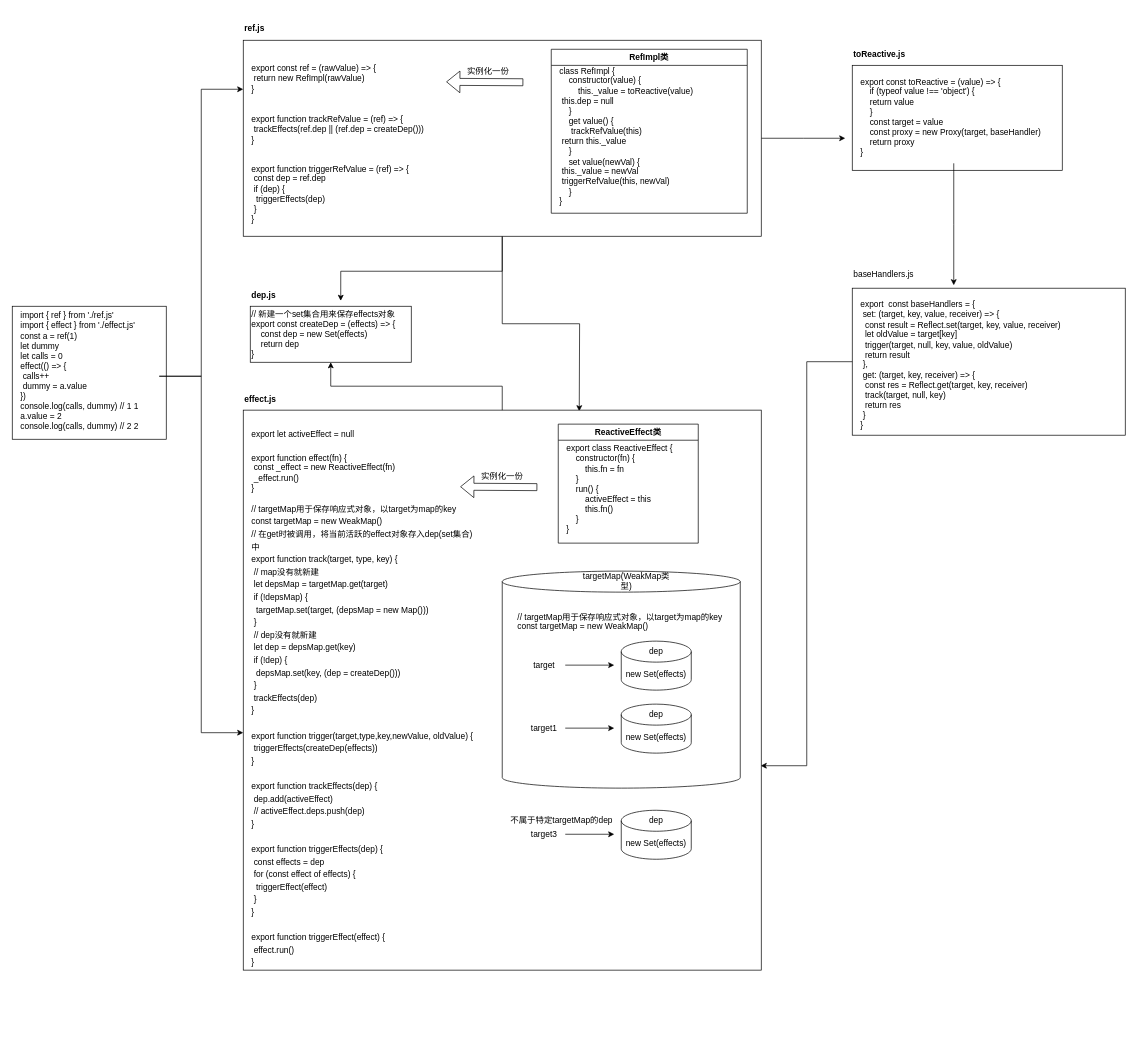
This is reactivity/Untitled Diagram.drawio from hu-ke/vue-sourcecode-analyze, a draw.io file, before an edit. Source tidied: cells renumbered, new cells numbered last; positions are measured from the earlier drawing's top-left corner, leaving out a move shared by most shapes. Both pictures are drawn from the tidied source at 70%, with x=0, y=0 at pixel (12, 12).
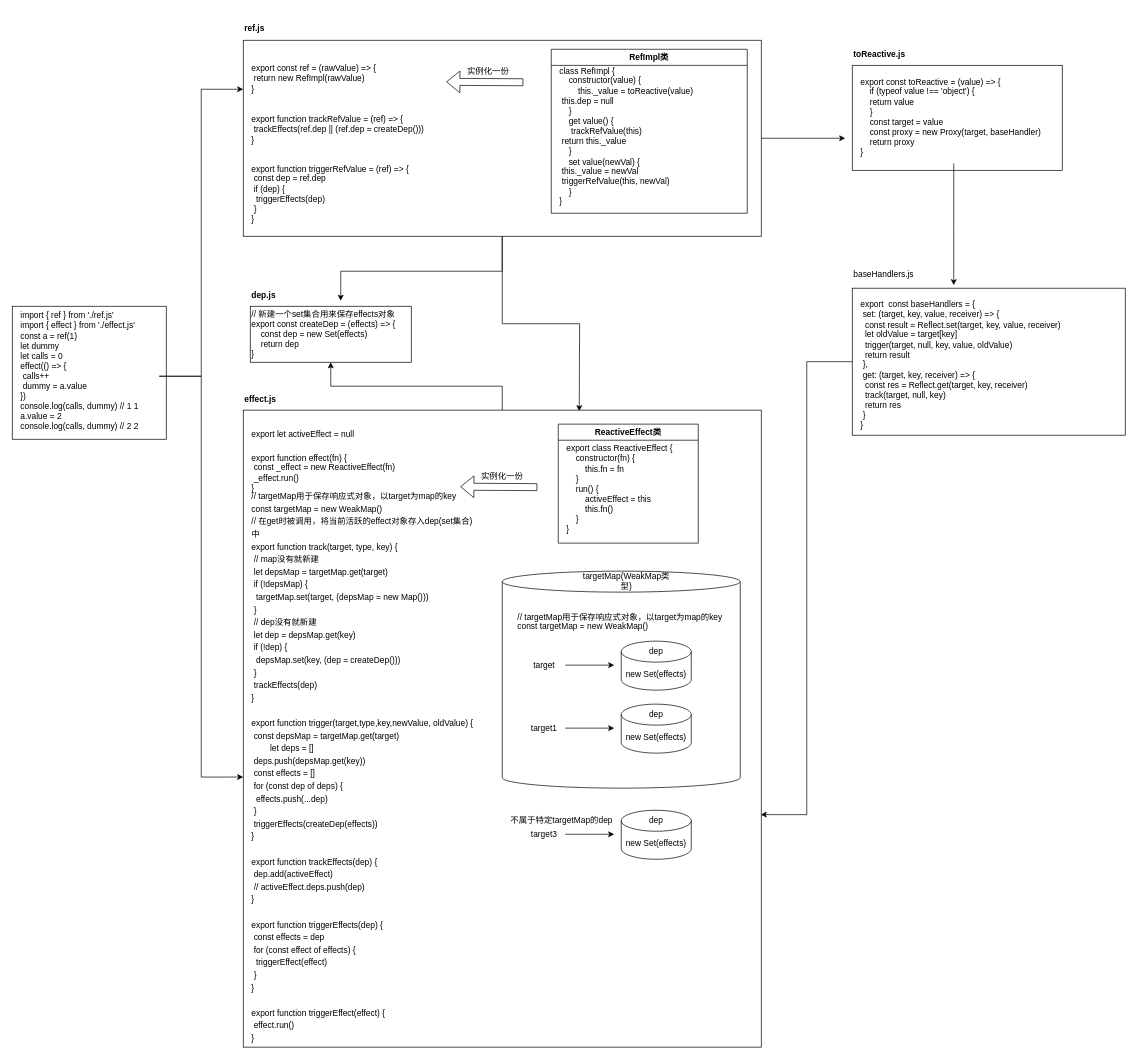
Above is the later version.

What changed in the source:
```diff
@@
-    <mxCell id="37" style="group;" parent="1" vertex="1">
-      <mxGeometry x="330" y="568.4" width="740" height="800" as="geometry" />
+    <mxCell id="37" style="group;rotation=90;" parent="1" vertex="1">
+      <mxGeometry x="330" y="568.4" width="740" height="910" as="geometry" />
     </mxCell>
     <mxCell id="38" style="rounded=0;whiteSpace=wrap;html=1;" parent="37" vertex="1">
-      <mxGeometry width="740" height="800" as="geometry" />
+      <mxGeometry width="740" height="910" as="geometry" />
     </mxCell>
     <mxCell id="39" style="group;" parent="37" vertex="1">
-      <mxGeometry x="10" y="20" width="700" height="770" as="geometry" />
+      <mxGeometry x="10" y="20" width="700" height="860" as="geometry" />
     </mxCell>
@@
     <mxCell id="42" style="group;" parent="39" vertex="1">
-      <mxGeometry width="320" height="770" as="geometry" />
+      <mxGeometry width="330" height="860" as="geometry" />
     </mxCell>
-    <mxCell id="43" value="&lt;div style=&quot;line-height: 18px;&quot;&gt;&lt;span style=&quot;background-color: rgb(255, 255, 255);&quot;&gt;// targetMap用于保存响应式对象，以target为map的key&lt;br&gt;&lt;/span&gt;&lt;div style=&quot;&quot;&gt;&lt;span style=&quot;background-color: rgb(255, 255, 255);&quot;&gt;const targetMap = new WeakMap()&lt;/span&gt;&lt;/div&gt;&lt;div style=&quot;&quot;&gt;&lt;span style=&quot;background-color: rgb(255, 255, 255);&quot;&gt;// 在get时被调用，将当前活跃的effect对象存入dep(set集合)中&lt;/span&gt;&lt;/div&gt;&lt;div style=&quot;&quot;&gt;&lt;span style=&quot;background-color: rgb(255, 255, 255);&quot;&gt;export function track(target, type, key) {&lt;/span&gt;&lt;/div&gt;&lt;div style=&quot;&quot;&gt;&lt;span style=&quot;background-color: rgb(255, 255, 255);&quot;&gt;&lt;span style=&quot;white-space: pre;&quot;&gt; &lt;/span&gt;// map没有就新建&lt;br&gt;&lt;/span&gt;&lt;/div&gt;&lt;div style=&quot;&quot;&gt;    &lt;span style=&quot;background-color: rgb(255, 255, 255);&quot;&gt;&lt;span style=&quot;white-space: pre;&quot;&gt; &lt;/span&gt;let depsMap = targetMap.get(target)&lt;/span&gt;&lt;/div&gt;&lt;div style=&quot;&quot;&gt;    &lt;span style=&quot;background-color: rgb(255, 255, 255);&quot;&gt;&lt;span style=&quot;white-space: pre;&quot;&gt; &lt;/span&gt;if (!depsMap) {&lt;/span&gt;&lt;/div&gt;&lt;div style=&quot;&quot;&gt;        &lt;span style=&quot;background-color: rgb(255, 255, 255);&quot;&gt;&lt;span style=&quot;white-space: pre;&quot;&gt; &lt;/span&gt;&lt;span style=&quot;white-space: pre;&quot;&gt; &lt;/span&gt;targetMap.set(target, (depsMap = new Map()))&lt;/span&gt;&lt;/div&gt;&lt;div style=&quot;&quot;&gt;&lt;span style=&quot;background-color: rgb(255, 255, 255);&quot;&gt;    &lt;span style=&quot;white-space: pre;&quot;&gt; &lt;/span&gt;}&lt;/span&gt;&lt;/div&gt;&lt;div style=&quot;&quot;&gt;&lt;span style=&quot;background-color: rgb(255, 255, 255);&quot;&gt;&lt;span style=&quot;white-space: pre;&quot;&gt; &lt;/span&gt;// dep没有就新建&lt;/span&gt;&lt;/div&gt;&lt;div style=&quot;&quot;&gt;    &lt;span style=&quot;background-color: rgb(255, 255, 255);&quot;&gt;&lt;span style=&quot;white-space: pre;&quot;&gt; &lt;/span&gt;let dep = depsMap.get(key)&lt;/span&gt;&lt;/div&gt;&lt;div style=&quot;&quot;&gt;    &lt;span style=&quot;background-color: rgb(255, 255, 255);&quot;&gt;&lt;span style=&quot;white-space: pre;&quot;&gt; &lt;/span&gt;if (!dep) {&lt;/span&gt;&lt;/div&gt;&lt;div style=&quot;&quot;&gt;        &lt;span style=&quot;background-color: rgb(255, 255, 255);&quot;&gt;&lt;span style=&quot;white-space: pre;&quot;&gt; &lt;/span&gt;&lt;span style=&quot;white-space: pre;&quot;&gt; &lt;/span&gt;depsMap.set(key, (dep = createDep()))&lt;/span&gt;&lt;/div&gt;&lt;div style=&quot;&quot;&gt;&lt;span style=&quot;background-color: rgb(255, 255, 255);&quot;&gt;    &lt;span style=&quot;white-space: pre;&quot;&gt; &lt;/span&gt;}&lt;/span&gt;&lt;/div&gt;&lt;div style=&quot;&quot;&gt;    &lt;span style=&quot;background-color: rgb(255, 255, 255);&quot;&gt;&lt;span style=&quot;white-space: pre;&quot;&gt; &lt;/span&gt;trackEffects(dep)&lt;/span&gt;&lt;/div&gt;&lt;div style=&quot;&quot;&gt;&lt;span style=&quot;background-color: rgb(255, 255, 255);&quot;&gt;}&lt;/span&gt;&lt;/div&gt;&lt;span style=&quot;background-color: rgb(255, 255, 255);&quot;&gt;&lt;br&gt;&lt;/span&gt;&lt;div style=&quot;&quot;&gt;&lt;span style=&quot;background-color: rgb(255, 255, 255);&quot;&gt;export function trigger(target,type,key,newValue, oldValue) {&lt;/span&gt;&lt;/div&gt;&lt;div style=&quot;&quot;&gt;    &lt;span style=&quot;background-color: rgb(255, 255, 255);&quot;&gt;&lt;span style=&quot;white-space: pre;&quot;&gt; &lt;/span&gt;triggerEffects(createDep(effects))&lt;/span&gt;&lt;/div&gt;&lt;div style=&quot;&quot;&gt;&lt;span style=&quot;background-color: rgb(255, 255, 255);&quot;&gt;}&lt;/span&gt;&lt;/div&gt;&lt;span style=&quot;background-color: rgb(255, 255, 255);&quot;&gt;&lt;br&gt;&lt;/span&gt;&lt;div style=&quot;&quot;&gt;&lt;span style=&quot;background-color: rgb(255, 255, 255);&quot;&gt;export function trackEffects(dep) {&lt;/span&gt;&lt;/div&gt;&lt;div style=&quot;&quot;&gt;    &lt;span style=&quot;background-color: rgb(255, 255, 255);&quot;&gt;&lt;span style=&quot;white-space: pre;&quot;&gt; &lt;/span&gt;dep.add(activeEffect)&lt;/span&gt;&lt;/div&gt;&lt;div style=&quot;&quot;&gt;    &lt;span style=&quot;background-color: rgb(255, 255, 255);&quot;&gt;&lt;span style=&quot;white-space: pre;&quot;&gt; &lt;/span&gt;// activeEffect.deps.push(dep)&lt;/span&gt;&lt;/div&gt;&lt;div style=&quot;&quot;&gt;&lt;span style=&quot;background-color: rgb(255, 255, 255);&quot;&gt;}&lt;/span&gt;&lt;/div&gt;&lt;span style=&quot;background-color: rgb(255, 255, 255);&quot;&gt;&lt;br&gt;&lt;/span&gt;&lt;div style=&quot;&quot;&gt;&lt;span style=&quot;background-color: rgb(255, 255, 255);&quot;&gt;export function triggerEffects(dep) {&lt;/span&gt;&lt;/div&gt;&lt;div style=&quot;&quot;&gt;    &lt;span style=&quot;background-color: rgb(255, 255, 255);&quot;&gt;&lt;span style=&quot;white-space: pre;&quot;&gt; &lt;/span&gt;const effects = dep&lt;/span&gt;&lt;/div&gt;&lt;div style=&quot;&quot;&gt;    &lt;span style=&quot;background-color: rgb(255, 255, 255);&quot;&gt;&lt;span style=&quot;white-space: pre;&quot;&gt; &lt;/span&gt;for (const effect of effects) {&lt;/span&gt;&lt;/div&gt;&lt;div style=&quot;&quot;&gt;        &lt;span style=&quot;background-color: rgb(255, 255, 255);&quot;&gt;&lt;span style=&quot;white-space: pre;&quot;&gt; &lt;/span&gt;&lt;span style=&quot;white-space: pre;&quot;&gt; &lt;/span&gt;triggerEffect(effect)&lt;/span&gt;&lt;/div&gt;&lt;div style=&quot;&quot;&gt;&lt;span style=&quot;background-color: rgb(255, 255, 255);&quot;&gt;    &lt;span style=&quot;white-space: pre;&quot;&gt; &lt;/span&gt;}&lt;/span&gt;&lt;/div&gt;&lt;div style=&quot;&quot;&gt;&lt;span style=&quot;background-color: rgb(255, 255, 255);&quot;&gt;}&lt;/span&gt;&lt;/div&gt;&lt;span style=&quot;background-color: rgb(255, 255, 255);&quot;&gt;&lt;br&gt;&lt;/span&gt;&lt;div style=&quot;&quot;&gt;&lt;span style=&quot;background-color: rgb(255, 255, 255);&quot;&gt;export function triggerEffect(effect) {&lt;/span&gt;&lt;/div&gt;&lt;div style=&quot;&quot;&gt;    &lt;span style=&quot;background-color: rgb(255, 255, 255);&quot;&gt;&lt;span style=&quot;white-space: pre;&quot;&gt; &lt;/span&gt;effect.run()&lt;/span&gt;&lt;/div&gt;&lt;div style=&quot;&quot;&gt;&lt;span style=&quot;background-color: rgb(255, 255, 255);&quot;&gt;}&lt;/span&gt;&lt;/div&gt;&lt;/div&gt;" style="text;strokeColor=none;align=left;fillColor=none;html=1;verticalAlign=middle;whiteSpace=wrap;rounded=0;" parent="42" vertex="1">
-      <mxGeometry y="120" width="320" height="650" as="geometry" />
+    <mxCell id="43" value="&lt;div style=&quot;line-height: 18px;&quot;&gt;&lt;span style=&quot;background-color: rgb(255, 255, 255);&quot;&gt;// targetMap用于保存响应式对象，以target为map的key&lt;br&gt;&lt;/span&gt;&lt;div style=&quot;&quot;&gt;&lt;span style=&quot;background-color: rgb(255, 255, 255);&quot;&gt;const targetMap = new WeakMap()&lt;/span&gt;&lt;/div&gt;&lt;div style=&quot;&quot;&gt;&lt;span style=&quot;background-color: rgb(255, 255, 255);&quot;&gt;// 在get时被调用，将当前活跃的effect对象存入dep(set集合)中&lt;/span&gt;&lt;/div&gt;&lt;div style=&quot;&quot;&gt;&lt;span style=&quot;background-color: rgb(255, 255, 255);&quot;&gt;export function track(target, type, key) {&lt;/span&gt;&lt;/div&gt;&lt;div style=&quot;&quot;&gt;&lt;span style=&quot;background-color: rgb(255, 255, 255);&quot;&gt;&lt;span style=&quot;white-space: pre;&quot;&gt; &lt;/span&gt;// map没有就新建&lt;br&gt;&lt;/span&gt;&lt;/div&gt;&lt;div style=&quot;&quot;&gt;    &lt;span style=&quot;background-color: rgb(255, 255, 255);&quot;&gt;&lt;span style=&quot;white-space: pre;&quot;&gt; &lt;/span&gt;let depsMap = targetMap.get(target)&lt;/span&gt;&lt;/div&gt;&lt;div style=&quot;&quot;&gt;    &lt;span style=&quot;background-color: rgb(255, 255, 255);&quot;&gt;&lt;span style=&quot;white-space: pre;&quot;&gt; &lt;/span&gt;if (!depsMap) {&lt;/span&gt;&lt;/div&gt;&lt;div style=&quot;&quot;&gt;        &lt;span style=&quot;background-color: rgb(255, 255, 255);&quot;&gt;&lt;span style=&quot;white-space: pre;&quot;&gt; &lt;/span&gt;&lt;span style=&quot;white-space: pre;&quot;&gt; &lt;/span&gt;targetMap.set(target, (depsMap = new Map()))&lt;/span&gt;&lt;/div&gt;&lt;div style=&quot;&quot;&gt;&lt;span style=&quot;background-color: rgb(255, 255, 255);&quot;&gt;    &lt;span style=&quot;white-space: pre;&quot;&gt; &lt;/span&gt;}&lt;/span&gt;&lt;/div&gt;&lt;div style=&quot;&quot;&gt;&lt;span style=&quot;background-color: rgb(255, 255, 255);&quot;&gt;&lt;span style=&quot;white-space: pre;&quot;&gt; &lt;/span&gt;// dep没有就新建&lt;/span&gt;&lt;/div&gt;&lt;div style=&quot;&quot;&gt;    &lt;span style=&quot;background-color: rgb(255, 255, 255);&quot;&gt;&lt;span style=&quot;white-space: pre;&quot;&gt; &lt;/span&gt;let dep = depsMap.get(key)&lt;/span&gt;&lt;/div&gt;&lt;div style=&quot;&quot;&gt;    &lt;span style=&quot;background-color: rgb(255, 255, 255);&quot;&gt;&lt;span style=&quot;white-space: pre;&quot;&gt; &lt;/span&gt;if (!dep) {&lt;/span&gt;&lt;/div&gt;&lt;div style=&quot;&quot;&gt;        &lt;span style=&quot;background-color: rgb(255, 255, 255);&quot;&gt;&lt;span style=&quot;white-space: pre;&quot;&gt; &lt;/span&gt;&lt;span style=&quot;white-space: pre;&quot;&gt; &lt;/span&gt;depsMap.set(key, (dep = createDep()))&lt;/span&gt;&lt;/div&gt;&lt;div style=&quot;&quot;&gt;&lt;span style=&quot;background-color: rgb(255, 255, 255);&quot;&gt;    &lt;span style=&quot;white-space: pre;&quot;&gt; &lt;/span&gt;}&lt;/span&gt;&lt;/div&gt;&lt;div style=&quot;&quot;&gt;    &lt;span style=&quot;background-color: rgb(255, 255, 255);&quot;&gt;&lt;span style=&quot;white-space: pre;&quot;&gt; &lt;/span&gt;trackEffects(dep)&lt;/span&gt;&lt;/div&gt;&lt;div style=&quot;&quot;&gt;&lt;span style=&quot;background-color: rgb(255, 255, 255);&quot;&gt;}&lt;/span&gt;&lt;/div&gt;&lt;span style=&quot;background-color: rgb(255, 255, 255);&quot;&gt;&lt;br&gt;&lt;/span&gt;&lt;div style=&quot;&quot;&gt;&lt;span style=&quot;background-color: rgb(255, 255, 255);&quot;&gt;export function trigger(target,type,key,newValue, oldValue) {&lt;/span&gt;&lt;/div&gt;&lt;div style=&quot;&quot;&gt;&lt;span style=&quot;background-color: rgb(255, 255, 255);&quot;&gt;&lt;span style=&quot;white-space: pre;&quot;&gt; &lt;/span&gt;const depsMap = targetMap.get(target)&lt;br&gt;&amp;nbsp; &amp;nbsp; &amp;nbsp; &amp;nbsp; let deps = []&lt;br&gt;&lt;span style=&quot;white-space: pre;&quot;&gt; &lt;/span&gt;deps.push(depsMap.get(key))&lt;br&gt;&lt;/span&gt;&lt;/div&gt;&lt;div style=&quot;&quot;&gt;&lt;span style=&quot;background-color: rgb(255, 255, 255);&quot;&gt;&lt;span style=&quot;white-space: pre;&quot;&gt; &lt;/span&gt;const effects = []&lt;br&gt;&lt;/span&gt;&lt;/div&gt;&lt;div style=&quot;&quot;&gt;&lt;span style=&quot;background-color: rgb(255, 255, 255);&quot;&gt;&lt;span style=&quot;white-space: pre;&quot;&gt; &lt;/span&gt;for (const dep of deps) {&lt;/span&gt;&lt;/div&gt;&lt;div style=&quot;&quot;&gt;&lt;span style=&quot;background-color: rgb(255, 255, 255);&quot;&gt;&lt;span style=&quot;white-space: pre;&quot;&gt; &lt;/span&gt;&lt;span style=&quot;white-space: pre;&quot;&gt; &lt;/span&gt;effects.push(...dep)&lt;br&gt;&lt;/span&gt;&lt;/div&gt;&lt;div style=&quot;&quot;&gt;&lt;span style=&quot;white-space: pre;&quot;&gt; &lt;/span&gt;}&lt;/div&gt;&lt;div style=&quot;&quot;&gt;&lt;/div&gt;&lt;div style=&quot;&quot;&gt;    &lt;span style=&quot;background-color: rgb(255, 255, 255);&quot;&gt;&lt;span style=&quot;white-space: pre;&quot;&gt; &lt;/span&gt;triggerEffects(createDep(effects))&lt;/span&gt;&lt;/div&gt;&lt;div style=&quot;&quot;&gt;&lt;/div&gt;&lt;div style=&quot;&quot;&gt;&lt;span style=&quot;background-color: rgb(255, 255, 255);&quot;&gt;}&lt;/span&gt;&lt;/div&gt;&lt;span style=&quot;background-color: rgb(255, 255, 255);&quot;&gt;&lt;br&gt;&lt;/span&gt;&lt;div style=&quot;&quot;&gt;&lt;span style=&quot;background-color: rgb(255, 255, 255);&quot;&gt;export function trackEffects(dep) {&lt;/span&gt;&lt;/div&gt;&lt;div style=&quot;&quot;&gt;    &lt;span style=&quot;background-color: rgb(255, 255, 255);&quot;&gt;&lt;span style=&quot;white-space: pre;&quot;&gt; &lt;/span&gt;dep.add(activeEffect)&lt;/span&gt;&lt;/div&gt;&lt;div style=&quot;&quot;&gt;    &lt;span style=&quot;background-color: rgb(255, 255, 255);&quot;&gt;&lt;span style=&quot;white-space: pre;&quot;&gt; &lt;/span&gt;// activeEffect.deps.push(dep)&lt;/span&gt;&lt;/div&gt;&lt;div style=&quot;&quot;&gt;&lt;span style=&quot;background-color: rgb(255, 255, 255);&quot;&gt;}&lt;/span&gt;&lt;/div&gt;&lt;span style=&quot;background-color: rgb(255, 255, 255);&quot;&gt;&lt;br&gt;&lt;/span&gt;&lt;div style=&quot;&quot;&gt;&lt;span style=&quot;background-color: rgb(255, 255, 255);&quot;&gt;export function triggerEffects(dep) {&lt;/span&gt;&lt;/div&gt;&lt;div style=&quot;&quot;&gt;    &lt;span style=&quot;background-color: rgb(255, 255, 255);&quot;&gt;&lt;span style=&quot;white-space: pre;&quot;&gt; &lt;/span&gt;const effects = dep&lt;/span&gt;&lt;/div&gt;&lt;div style=&quot;&quot;&gt;    &lt;span style=&quot;background-color: rgb(255, 255, 255);&quot;&gt;&lt;span style=&quot;white-space: pre;&quot;&gt; &lt;/span&gt;for (const effect of effects) {&lt;/span&gt;&lt;/div&gt;&lt;div style=&quot;&quot;&gt;        &lt;span style=&quot;background-color: rgb(255, 255, 255);&quot;&gt;&lt;span style=&quot;white-space: pre;&quot;&gt; &lt;/span&gt;&lt;span style=&quot;white-space: pre;&quot;&gt; &lt;/span&gt;triggerEffect(effect)&lt;/span&gt;&lt;/div&gt;&lt;div style=&quot;&quot;&gt;&lt;span style=&quot;background-color: rgb(255, 255, 255);&quot;&gt;    &lt;span style=&quot;white-space: pre;&quot;&gt; &lt;/span&gt;}&lt;/span&gt;&lt;/div&gt;&lt;div style=&quot;&quot;&gt;&lt;span style=&quot;background-color: rgb(255, 255, 255);&quot;&gt;}&lt;/span&gt;&lt;/div&gt;&lt;span style=&quot;background-color: rgb(255, 255, 255);&quot;&gt;&lt;br&gt;&lt;/span&gt;&lt;div style=&quot;&quot;&gt;&lt;span style=&quot;background-color: rgb(255, 255, 255);&quot;&gt;export function triggerEffect(effect) {&lt;/span&gt;&lt;/div&gt;&lt;div style=&quot;&quot;&gt;    &lt;span style=&quot;background-color: rgb(255, 255, 255);&quot;&gt;&lt;span style=&quot;white-space: pre;&quot;&gt; &lt;/span&gt;effect.run()&lt;/span&gt;&lt;/div&gt;&lt;div style=&quot;&quot;&gt;&lt;span style=&quot;background-color: rgb(255, 255, 255);&quot;&gt;}&lt;/span&gt;&lt;/div&gt;&lt;/div&gt;" style="text;strokeColor=none;align=left;fillColor=none;html=1;verticalAlign=middle;whiteSpace=wrap;rounded=0;" parent="42" vertex="1">
+      <mxGeometry y="120" width="320" height="740" as="geometry" />
     </mxCell>
```
